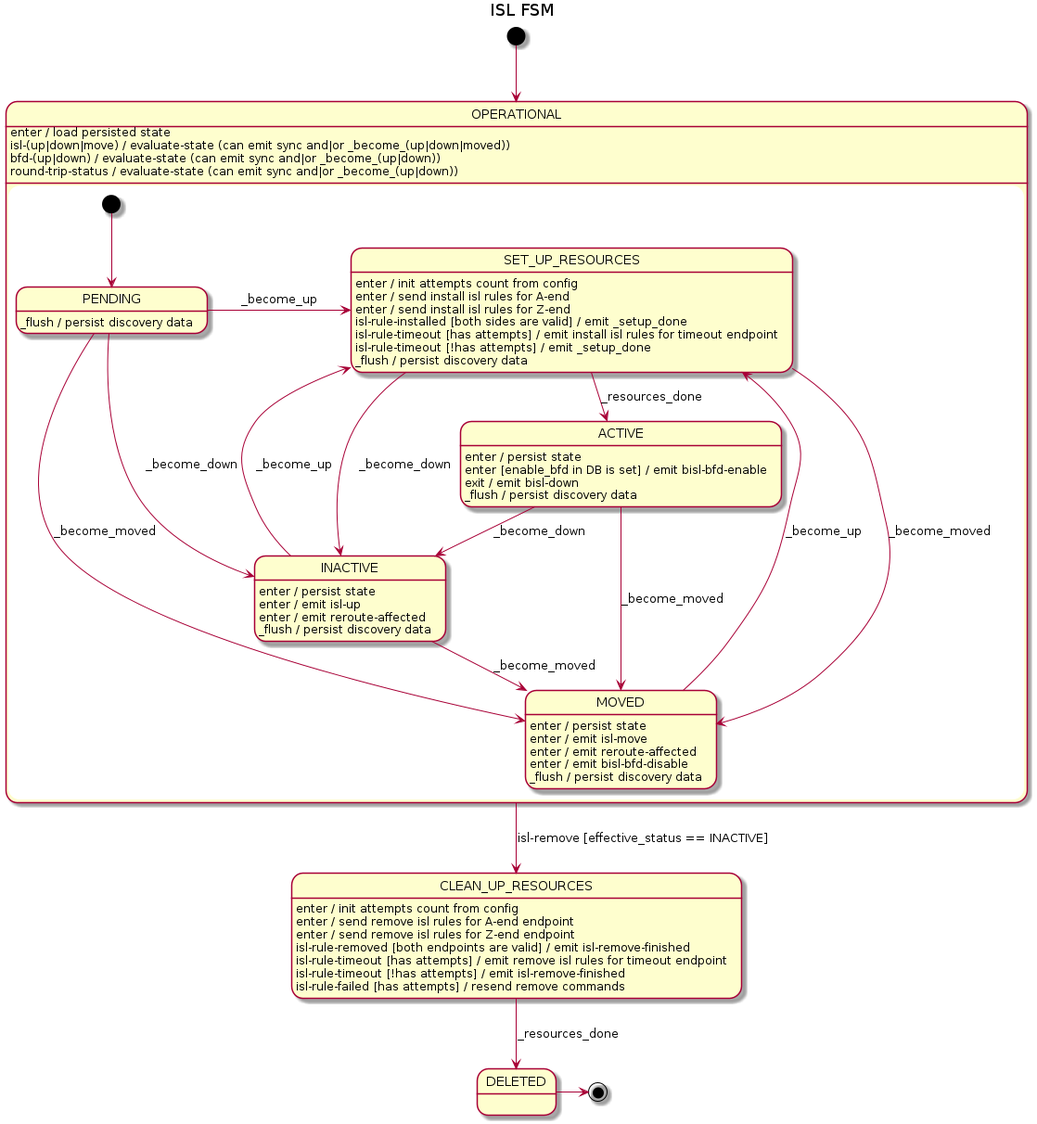
This is docs/design/network-discovery/ISL-FSM.png from surabujin/open-kilda, a PlantUML export, as it was before one commit.
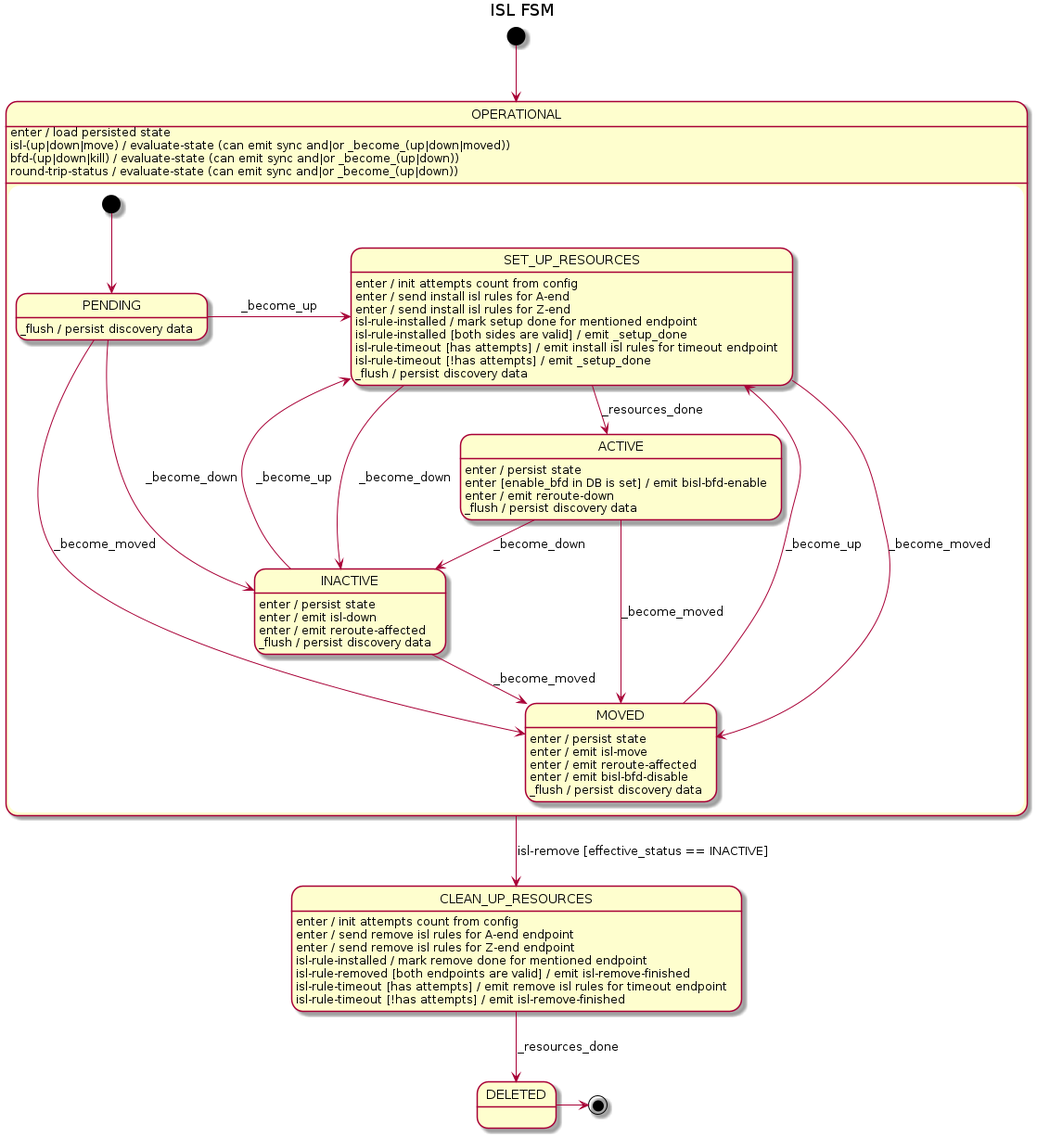
Later version of the same file.

Change to the diagram source:
```diff
@@ -17,6 +17,7 @@
     SET_UP_RESOURCES : enter / init attempts count from config
     SET_UP_RESOURCES : enter / send install isl rules for A-end
     SET_UP_RESOURCES : enter / send install isl rules for Z-end
+    SET_UP_RESOURCES : isl-rule-installed / mark setup done for mentioned endpoint
     SET_UP_RESOURCES : isl-rule-installed [both sides are valid] / emit _setup_done
     SET_UP_RESOURCES : isl-rule-timeout [has attempts] / emit install isl rules for timeout endpoint
     SET_UP_RESOURCES : isl-rule-timeout [!has attempts] / emit _setup_done
@@ -26,13 +27,13 @@
     ACTIVE --> MOVED : _become_moved
     ACTIVE : enter / persist state
     ACTIVE : enter [enable_bfd in DB is set] / emit bisl-bfd-enable
-    ACTIVE : exit / emit bisl-down
+    ACTIVE : enter / emit reroute-down
     ACTIVE : _flush / persist discovery data
 
     INACTIVE --> SET_UP_RESOURCES : _become_up
     INACTIVE -d-> MOVED : _become_moved
     INACTIVE : enter / persist state
-    INACTIVE : enter / emit isl-up
+    INACTIVE : enter / emit isl-down
     INACTIVE : enter / emit reroute-affected
     INACTIVE : _flush / persist discovery data
 
@@ -46,16 +47,16 @@
 OPERATIONAL --> CLEAN_UP_RESOURCES : isl-remove [effective_status == INACTIVE]
 OPERATIONAL : enter / load persisted state
 OPERATIONAL : isl-(up|down|move) / evaluate-state (can emit sync and|or _become_(up|down|moved))
-OPERATIONAL : bfd-(up|down) / evaluate-state (can emit sync and|or _become_(up|down))
+OPERATIONAL : bfd-(up|down|kill) / evaluate-state (can emit sync and|or _become_(up|down))
 OPERATIONAL : round-trip-status / evaluate-state (can emit sync and|or _become_(up|down))
 
 CLEAN_UP_RESOURCES : enter / init attempts count from config
 CLEAN_UP_RESOURCES : enter / send remove isl rules for A-end endpoint
 CLEAN_UP_RESOURCES : enter / send remove isl rules for Z-end endpoint
+CLEAN_UP_RESOURCES : isl-rule-installed / mark remove done for mentioned endpoint
 CLEAN_UP_RESOURCES : isl-rule-removed [both endpoints are valid] / emit isl-remove-finished
 CLEAN_UP_RESOURCES : isl-rule-timeout [has attempts] / emit remove isl rules for timeout endpoint
 CLEAN_UP_RESOURCES : isl-rule-timeout [!has attempts] / emit isl-remove-finished
-CLEAN_UP_RESOURCES : isl-rule-failed [has attempts] / resend remove commands
 CLEAN_UP_RESOURCES --> DELETED : _resources_done
 
 DELETED -> [*]
```
